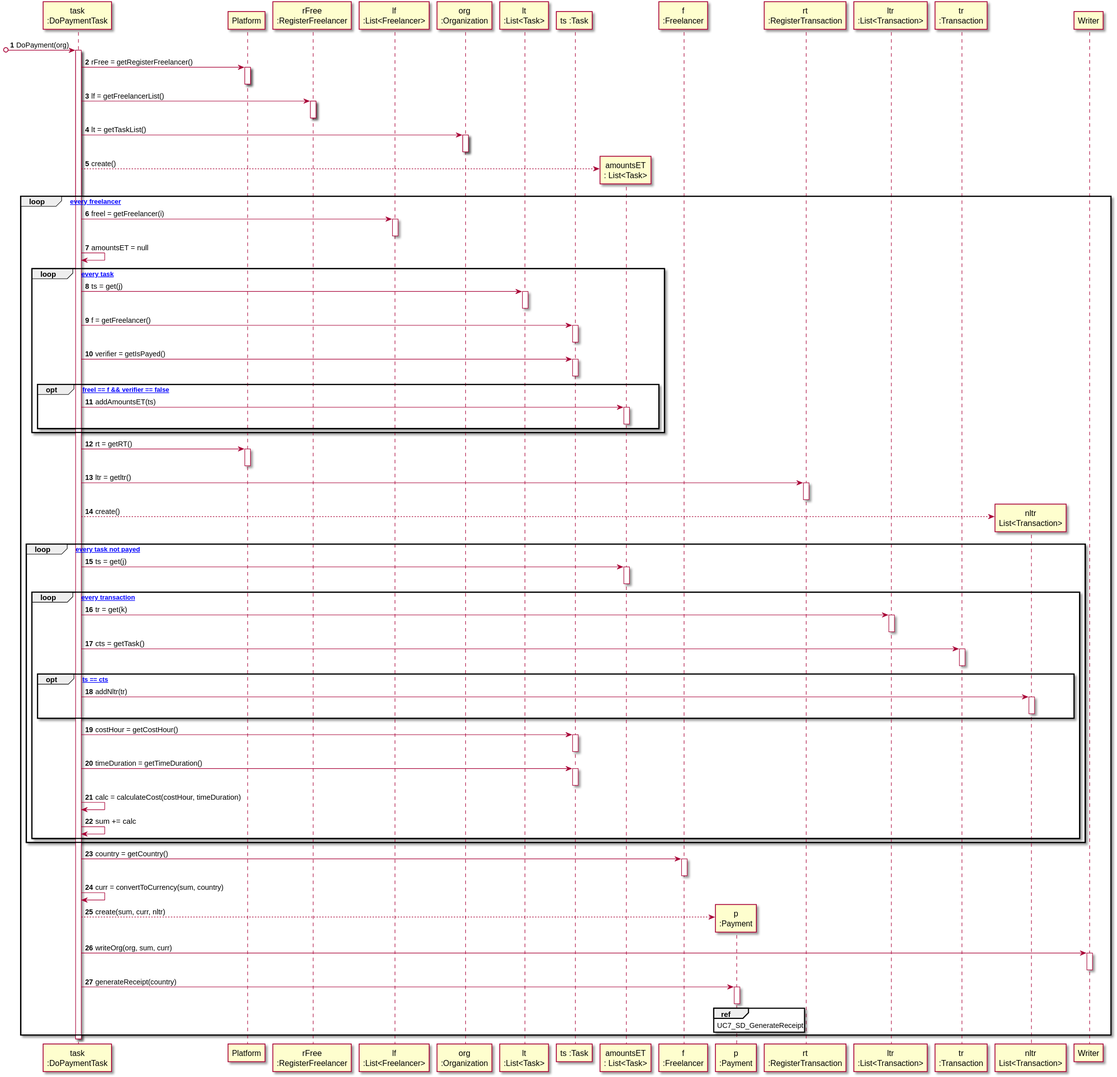
Above: docs/UC7 - Do Payment Automatically/UC7_SD_DoPayment.svg in 1190452/LAPR2 (PlantUML), before the change.
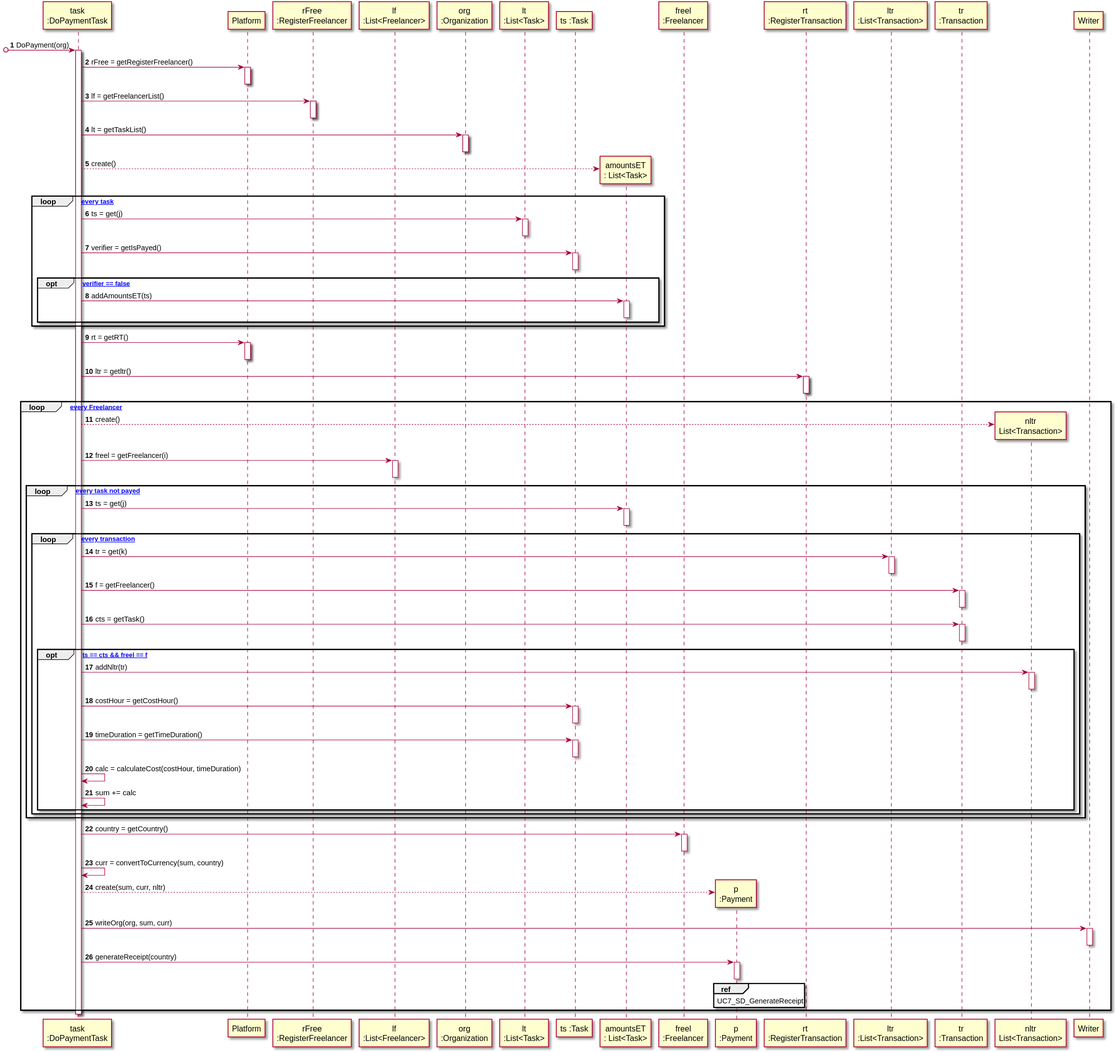
After the change.

What changed in the source:
```diff
@@ -10,7 +10,7 @@
 
 participant "ts :Task" as T
 participant "amountsET\n: List<Task>" as LTS
-participant "f\n:Freelancer" as F
+participant "freel\n:Freelancer" as F
 participant "p\n:Payment" as PA
 participant "rt\n:RegisterTransaction" as RT
 participant "ltr\n:List<Transaction>" as LTR
@@ -35,12 +35,10 @@
 
 TASK --> LTS** : create()
 
-loop [for every freelancer]
-TASK -> LF : freel = getFreelancer(i)
-activate LF
-deactivate LF
 
-TASK -> TASK : amountsET = null
+
+
+
 
 loop [for every task]
 
@@ -49,15 +47,12 @@
 deactivate LT
 
 
-TASK -> T : f = getFreelancer()
-activate T
-deactivate T
 
 TASK -> T : verifier = getIsPayed()
 activate T
 deactivate T
 
-opt [if freel == f && verifier == false]
+opt [if verifier == false]
 
 
 
@@ -77,7 +72,14 @@
 activate RT
 deactivate RT
 
+
+loop [for every Freelancer]
+
 TASK --> NLTR** : create()
+
+TASK -> LF : freel = getFreelancer(i)
+activate LF
+deactivate LF
 
 loop [for every task not payed]
 TASK -> LTS : ts = get(j)
@@ -89,16 +91,20 @@
 activate LTR
 deactivate LTR
 
+TASK -> TR : f = getFreelancer()
+activate TR
+deactivate TR
+
 TASK -> TR : cts = getTask()
 activate TR
 deactivate TR
 
 
-opt [if ts == cts]
+opt [if ts == cts && freel == f]
 TASK -> NLTR : addNltr(tr)
 activate NLTR
 deactivate NLTR
-end opt
+
 
 
 
@@ -112,8 +118,9 @@
 TASK -> TASK : calc = calculateCost(costHour, timeDuration)
 
 TASK -> TASK : sum += calc
+
+end opt
 end loop
-
 end loop
 
 TASK -> F : country = getCountry()
@@ -140,6 +147,5 @@
 ref over PA : UC7_SD_GenerateReceipt
 
 end loop
-
 deactivate TASK
 @enduml
```
